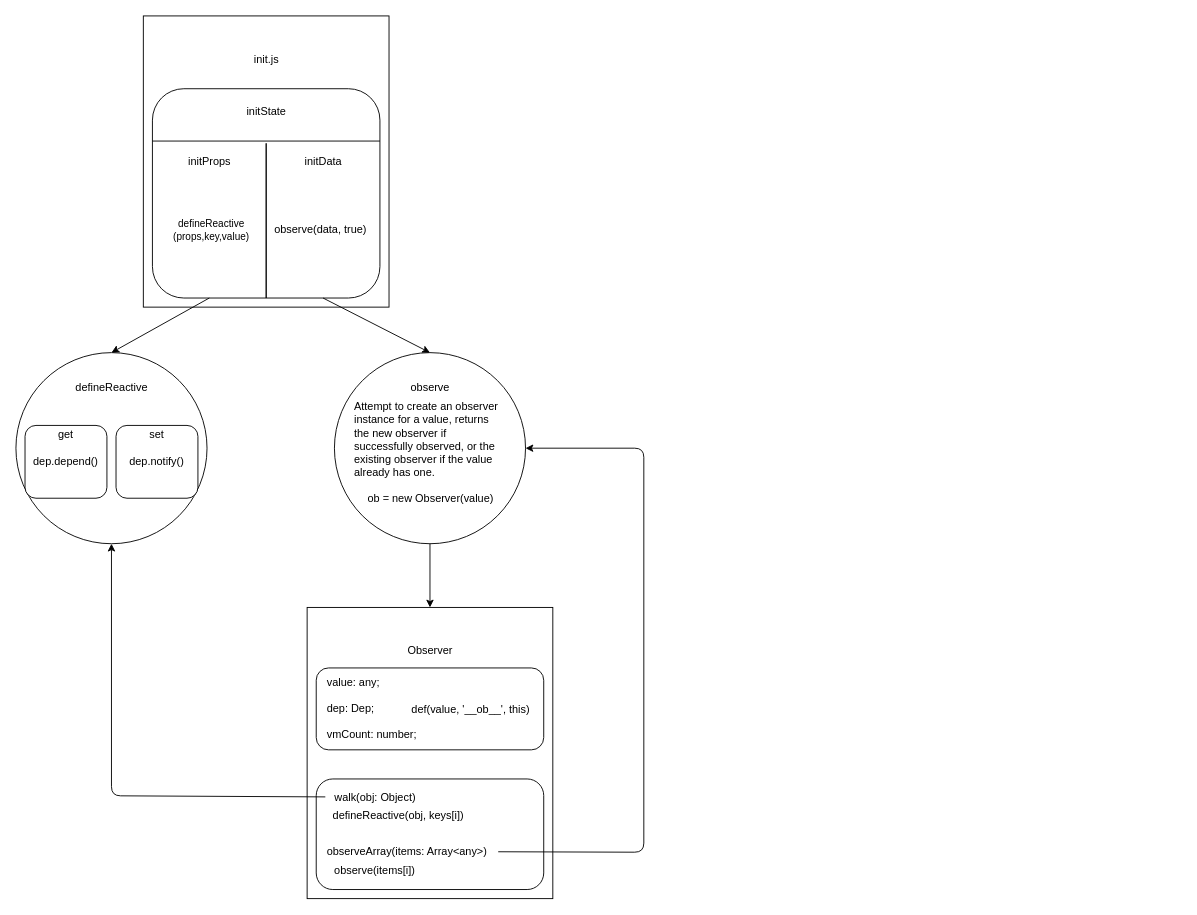
This is Untitled Diagram.drawio from asemono/noteBook, a draw.io file, before an edit. Source tidied: cells renumbered, new cells numbered last; positions are measured from the earlier drawing's top-left corner, leaving out a move shared by most shapes. Both pictures are drawn from the tidied source at 91%, with x=0, y=0 at pixel (15, 15).
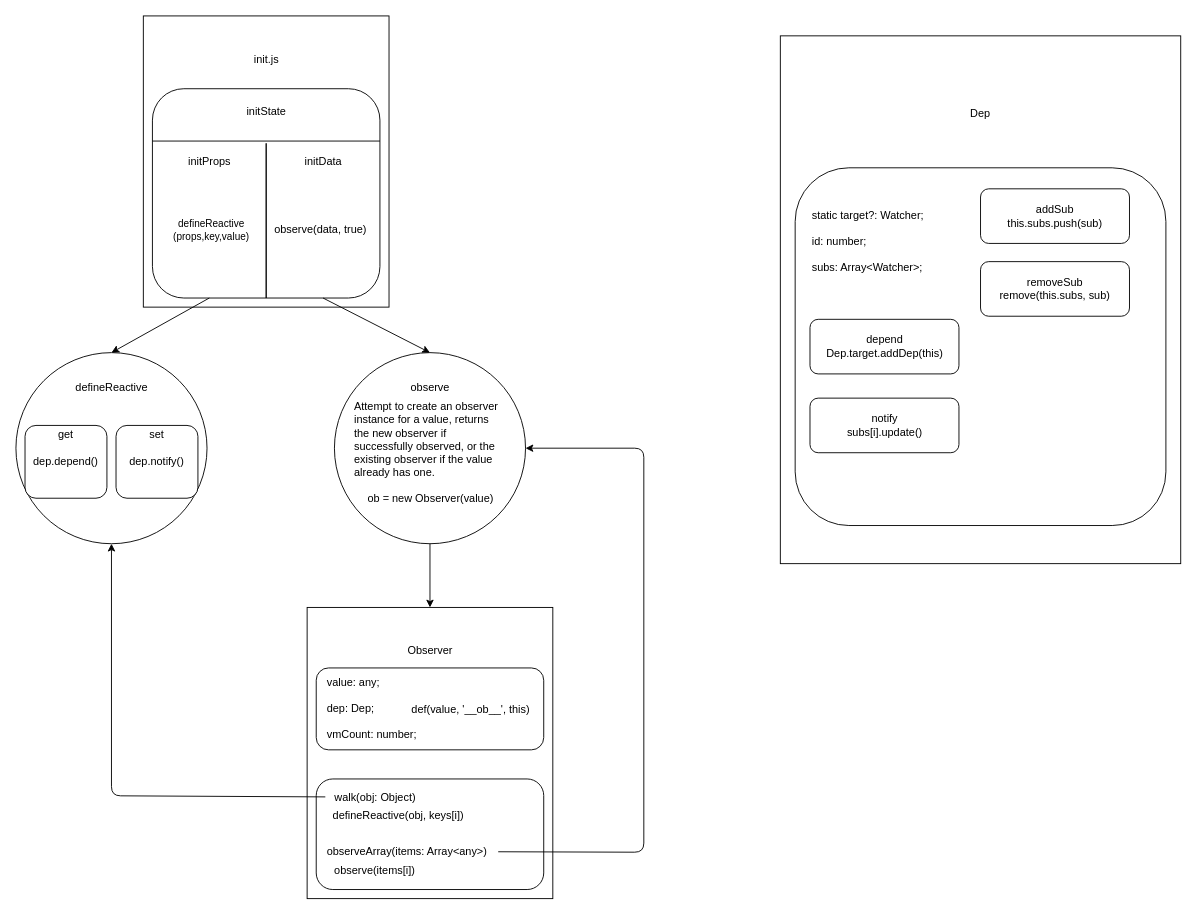
The same page after the edit.

Change to the diagram source:
```diff
@@
+    <mxCell id="44" style="group;" parent="1" vertex="1">
+      <mxGeometry x="840" y="40" width="440" height="580" as="geometry" />
+    </mxCell>
+    <mxCell id="45" style="rounded=0;whiteSpace=wrap;html=1;" parent="44" vertex="1">
+      <mxGeometry y="-18.1" width="440" height="580" as="geometry" />
+    </mxCell>
+    <mxCell id="46" value="Dep" style="text;html=1;strokeColor=none;fillColor=none;align=center;verticalAlign=middle;whiteSpace=wrap;rounded=0;" parent="44" vertex="1">
+      <mxGeometry x="110" y="34.1" width="220" height="68.2" as="geometry" />
+    </mxCell>
+    <mxCell id="47" style="rounded=1;whiteSpace=wrap;html=1;align=left;" parent="44" vertex="1">
+      <mxGeometry x="16.3" y="126.9" width="407.4" height="393.1" as="geometry" />
+    </mxCell>
+    <mxCell id="48" value="&lt;span&gt;static target?: Watcher;&lt;/span&gt;&lt;br&gt;&lt;br&gt;&lt;span&gt;id: number;&lt;/span&gt;&lt;br&gt;&lt;br&gt;&lt;span&gt;subs: Array&amp;lt;Watcher&amp;gt;;&lt;/span&gt;" style="text;html=1;strokeColor=none;fillColor=none;align=left;verticalAlign=middle;whiteSpace=wrap;rounded=0;" parent="44" vertex="1">
+      <mxGeometry x="32.6" y="137.3" width="228.1" height="142.3" as="geometry" />
+    </mxCell>
+    <mxCell id="49" value="addSub&lt;br&gt;this.subs.push(sub)" style="rounded=1;whiteSpace=wrap;html=1;" parent="44" vertex="1">
+      <mxGeometry x="220" y="150" width="163.7" height="60" as="geometry" />
+    </mxCell>
+    <mxCell id="50" value="removeSub&lt;br&gt;remove(this.subs, sub)" style="rounded=1;whiteSpace=wrap;html=1;" parent="44" vertex="1">
+      <mxGeometry x="220" y="230" width="163.7" height="60" as="geometry" />
+    </mxCell>
+    <mxCell id="51" value="depend&lt;br&gt;Dep.target.addDep(this)" style="rounded=1;whiteSpace=wrap;html=1;" parent="44" vertex="1">
+      <mxGeometry x="32.6" y="293.4" width="163.7" height="60" as="geometry" />
+    </mxCell>
+    <mxCell id="52" value="notify&lt;br&gt;subs[i].update()" style="rounded=1;whiteSpace=wrap;html=1;" parent="44" vertex="1">
+      <mxGeometry x="32.6" y="380" width="163.7" height="60" as="geometry" />
+    </mxCell>
```
